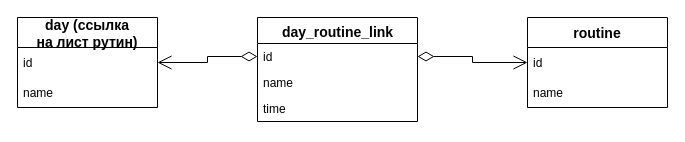
Above: db.drawio in norwegianblackmetal/daydash (draw.io), before the change. Source tidied: cells renumbered, new cells numbered last; positions are measured from the earlier drawing's top-left corner, leaving out a move shared by most shapes. Both pictures are drawn from the tidied source at 100%, with x=0, y=0 at pixel (17, 17).
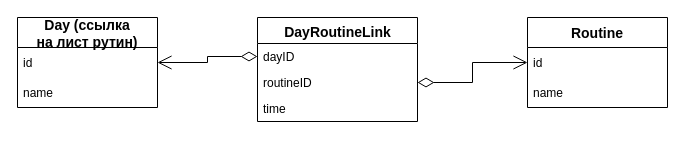
The same page after the edit.

The edit, as a diff of the source:
```diff
@@
 <mxGraphModel>
   <root>
     <mxCell id="0" />
     <mxCell id="1" parent="0" />
-    <mxCell id="2" value="day_routine_link" style="swimlane;html=1;fontStyle=1;align=center;verticalAlign=top;horizontal=1;startSize=26;swimlaneFillColor=#ffffff;rounded=0;shadow=0;comic=0;labelBackgroundColor=none;strokeWidth=1;fillColor=none;fontFamily=Helvetica;fontSize=14;" parent="1" vertex="1">
+    <mxCell id="2" value="DayRoutineLink" style="swimlane;html=1;fontStyle=1;align=center;verticalAlign=top;horizontal=1;startSize=26;swimlaneFillColor=#ffffff;rounded=0;shadow=0;comic=0;labelBackgroundColor=none;strokeWidth=1;fillColor=none;fontFamily=Helvetica;fontSize=14;" parent="1" vertex="1">
       <mxGeometry x="240" width="160" height="104" as="geometry" />
     </mxCell>
-    <mxCell id="3" value="id" style="text;html=1;strokeColor=none;fillColor=none;align=left;verticalAlign=top;spacingLeft=4;spacingRight=4;whiteSpace=wrap;overflow=hidden;points=[[0,0.5],[1,0.5]];portConstraint=eastwest;" parent="2" vertex="1">
+    <mxCell id="3" value="dayID" style="text;html=1;strokeColor=none;fillColor=none;align=left;verticalAlign=top;spacingLeft=4;spacingRight=4;whiteSpace=wrap;overflow=hidden;points=[[0,0.5],[1,0.5]];portConstraint=eastwest;" parent="2" vertex="1">
       <mxGeometry y="26" width="160" height="26" as="geometry" />
     </mxCell>
-    <mxCell id="4" value="name" style="text;html=1;strokeColor=none;fillColor=none;align=left;verticalAlign=top;spacingLeft=4;spacingRight=4;whiteSpace=wrap;overflow=hidden;" parent="2" vertex="1">
-      <mxGeometry y="52" width="160" height="26" as="geometry" />
-    </mxCell>
+    <mxCell id="14" value="routineID" style="text;html=1;strokeColor=none;fillColor=none;align=left;verticalAlign=top;spacingLeft=4;spacingRight=4;whiteSpace=wrap;overflow=hidden;points=[[0,0.5],[1,0.5]];portConstraint=eastwest;" parent="2" vertex="1">
+      <mxGeometry y="52" width="160" height="26" as="geometry" />
+    </mxCell>
     <mxCell id="5" value="time" style="text;html=1;strokeColor=none;fillColor=none;align=left;verticalAlign=top;spacingLeft=4;spacingRight=4;whiteSpace=wrap;overflow=hidden;" parent="2" vertex="1">
       <mxGeometry y="78" width="160" height="26" as="geometry" />
     </mxCell>
-    <mxCell id="6" value="day (ссылка &#10;на лист рутин)" style="swimlane;fontStyle=1;horizontal=1;startSize=30;fontSize=14;fontFamily=Helvetica;" parent="1" vertex="1">
+    <mxCell id="6" value="Day (ссылка &#10;на лист рутин)" style="swimlane;fontStyle=1;horizontal=1;startSize=30;fontSize=14;fontFamily=Helvetica;" parent="1" vertex="1">
       <mxGeometry width="140" height="90" as="geometry" />
     </mxCell>
     <mxCell id="7" value="id" style="text;strokeColor=none;fillColor=none;align=left;verticalAlign=middle;spacingLeft=4;spacingRight=4;overflow=hidden;points=[[0,0.5],[1,0.5]];portConstraint=eastwest;" parent="6" vertex="1">
       <mxGeometry y="30" width="140" height="30" as="geometry" />
     </mxCell>
     <mxCell id="8" value="name" style="text;strokeColor=none;fillColor=none;align=left;verticalAlign=middle;spacingLeft=4;spacingRight=4;overflow=hidden;" parent="6" vertex="1">
       <mxGeometry y="60" width="140" height="30" as="geometry" />
     </mxCell>
     <mxCell id="9" style="endArrow=open;html=1;endSize=12;startArrow=diamondThin;startSize=14;startFill=0;edgeStyle=orthogonalEdgeStyle;rounded=0;fontFamily=Helvetica;fontSize=14;entryX=1;entryY=0.5;entryDx=0;entryDy=0;exitX=0;exitY=0.5;exitDx=0;exitDy=0;fontStyle=0;arcSize=20;" parent="1" edge="1" source="3" target="7">
       <mxGeometry relative="1" as="geometry" />
     </mxCell>
-    <mxCell id="10" value="routine" style="swimlane;fontStyle=1;horizontal=1;startSize=30;fontSize=14;" parent="1" vertex="1">
+    <mxCell id="10" value="Routine" style="swimlane;fontStyle=1;horizontal=1;startSize=30;fontSize=14;" parent="1" vertex="1">
       <mxGeometry x="510" width="140" height="90" as="geometry" />
     </mxCell>
     <mxCell id="11" value="id" style="text;strokeColor=none;fillColor=none;align=left;verticalAlign=middle;spacingLeft=4;spacingRight=4;overflow=hidden;points=[[0,0.5],[1,0.5]];portConstraint=eastwest;" parent="10" vertex="1">
       <mxGeometry y="30" width="140" height="30" as="geometry" />
     </mxCell>
     <mxCell id="12" value="name" style="text;strokeColor=none;fillColor=none;align=left;verticalAlign=middle;spacingLeft=4;spacingRight=4;overflow=hidden;" parent="10" vertex="1">
       <mxGeometry y="60" width="140" height="30" as="geometry" />
     </mxCell>
-    <mxCell id="13" style="endArrow=open;html=1;endSize=12;startArrow=diamondThin;startSize=14;startFill=0;edgeStyle=orthogonalEdgeStyle;rounded=0;fontFamily=Helvetica;fontSize=14;entryX=0;entryY=0.5;entryDx=0;entryDy=0;exitX=1;exitY=0.5;exitDx=0;exitDy=0;fontStyle=0;arcSize=20;" parent="1" edge="1" source="3" target="11">
+    <mxCell id="13" style="endArrow=open;html=1;endSize=12;startArrow=diamondThin;startSize=14;startFill=0;edgeStyle=orthogonalEdgeStyle;rounded=0;fontFamily=Helvetica;fontSize=14;entryX=0;entryY=0.5;entryDx=0;entryDy=0;exitX=1;exitY=0.5;exitDx=0;exitDy=0;fontStyle=0;arcSize=20;" parent="1" edge="1" source="14" target="11">
       <mxGeometry relative="1" as="geometry" />
     </mxCell>
   </root>
 </mxGraphModel>
```
